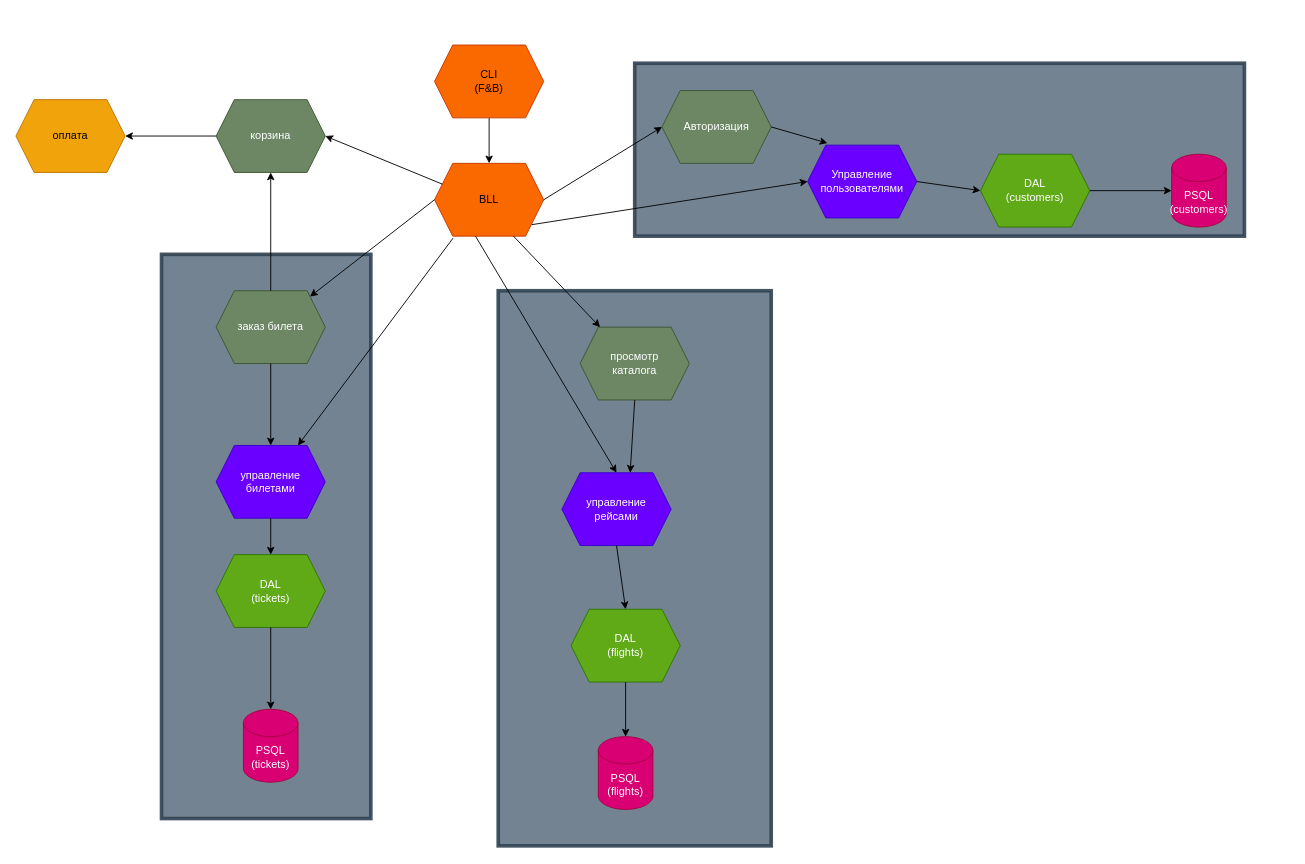
Before: Architecture.drawio in chas3air/Airplanes-Co, a draw.io diagram. Source tidied: cells renumbered, new cells numbered last; positions are measured from the earlier drawing's top-left corner, leaving out a move shared by most shapes. Both pictures are drawn from the tidied source at 91%, with x=0, y=0 at pixel (15, 45).
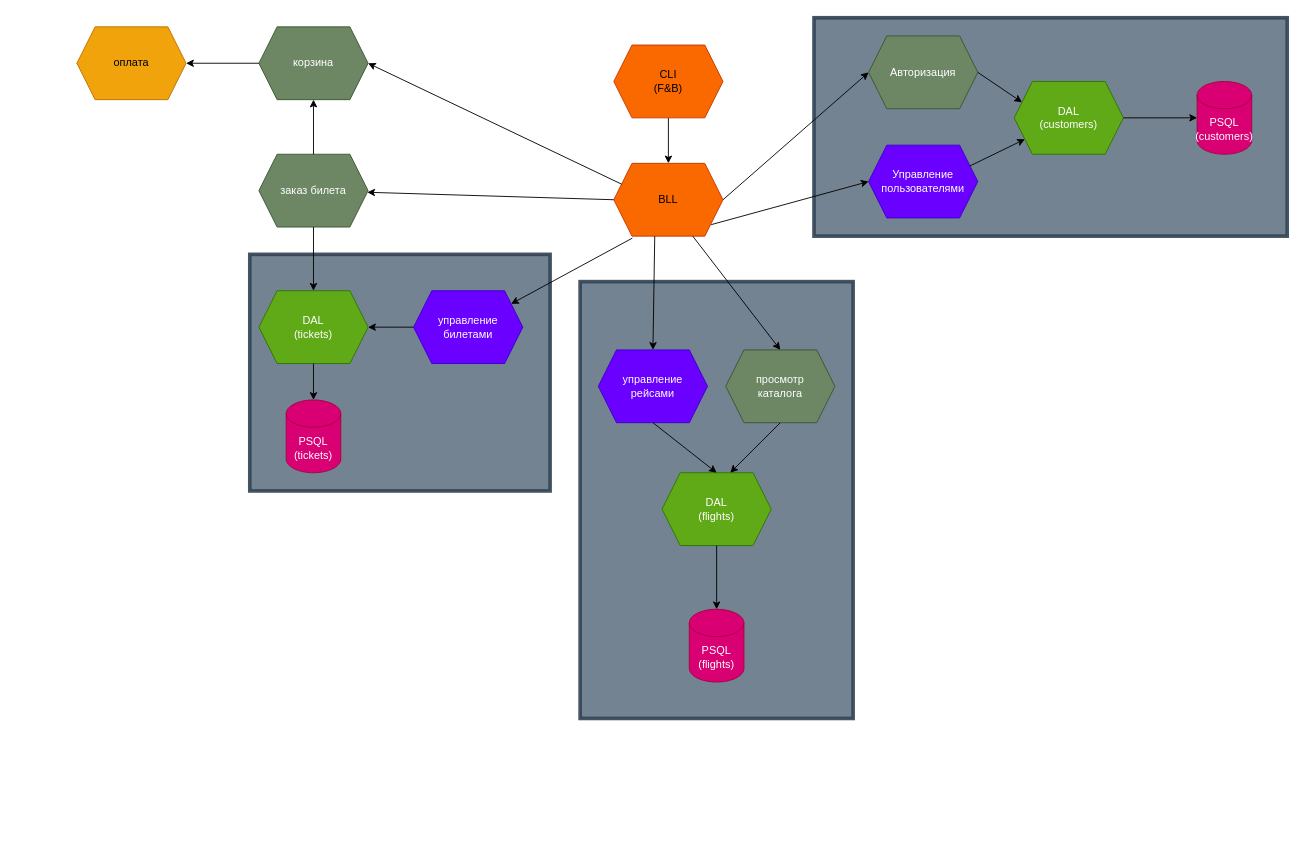
After the change.

Change to the diagram source:
```diff
@@
     <mxCell id="2" style="rounded=0;whiteSpace=wrap;html=1;strokeWidth=4;perimeterSpacing=10;strokeColor=#314354;opacity=90;fillColor=#647687;fontColor=#ffffff;" parent="1" vertex="1">
-      <mxGeometry x="160" y="230" width="230" height="620" as="geometry" />
+      <mxGeometry x="257" y="230" width="330" height="260" as="geometry" />
     </mxCell>
     <mxCell id="3" style="rounded=0;whiteSpace=wrap;html=1;strokeWidth=4;perimeterSpacing=10;strokeColor=#314354;opacity=90;fillColor=#647687;fontColor=#ffffff;" parent="1" vertex="1">
-      <mxGeometry x="530" y="270" width="300" height="610" as="geometry" />
+      <mxGeometry x="620" y="260" width="300" height="480" as="geometry" />
     </mxCell>
     <mxCell id="4" style="rounded=0;whiteSpace=wrap;html=1;strokeWidth=4;perimeterSpacing=10;strokeColor=#314354;opacity=90;fillColor=#647687;fontColor=#ffffff;" parent="1" vertex="1">
-      <mxGeometry x="680" y="20" width="670" height="190" as="geometry" />
+      <mxGeometry x="877" y="-30" width="520" height="240" as="geometry" />
     </mxCell>
@@
     <mxCell id="6" value="CLI&lt;div&gt;(F&amp;amp;B)&lt;/div&gt;" style="shape=hexagon;perimeter=hexagonPerimeter2;whiteSpace=wrap;html=1;fixedSize=1;fillColor=#fa6800;fontColor=#000000;strokeColor=#C73500;" parent="1" vertex="1">
-      <mxGeometry x="460" width="120" height="80" as="geometry" />
+      <mxGeometry x="657" width="120" height="80" as="geometry" />
     </mxCell>
     <mxCell id="7" value="BLL" style="shape=hexagon;perimeter=hexagonPerimeter2;whiteSpace=wrap;html=1;fixedSize=1;fillColor=#fa6800;fontColor=#000000;strokeColor=#C73500;" parent="1" vertex="1">
-      <mxGeometry x="460" y="130" width="120" height="80" as="geometry" />
+      <mxGeometry x="657" y="130" width="120" height="80" as="geometry" />
     </mxCell>
     <mxCell id="8" value="Авторизация" style="shape=hexagon;perimeter=hexagonPerimeter2;whiteSpace=wrap;html=1;fixedSize=1;fillColor=#6d8764;fontColor=#ffffff;strokeColor=#3A5431;" parent="1" vertex="1">
-      <mxGeometry x="710" y="50" width="120" height="80" as="geometry" />
+      <mxGeometry x="937" y="-10" width="120" height="80" as="geometry" />
     </mxCell>
     <mxCell id="9" value="DAL&lt;div&gt;(customers)&lt;/div&gt;" style="shape=hexagon;perimeter=hexagonPerimeter2;whiteSpace=wrap;html=1;fixedSize=1;fillColor=#60a917;fontColor=#ffffff;strokeColor=#2D7600;" parent="1" vertex="1">
-      <mxGeometry x="1060" y="120" width="120" height="80" as="geometry" />
+      <mxGeometry x="1097" y="40" width="120" height="80" as="geometry" />
     </mxCell>
     <mxCell id="10" value="PSQL&lt;div&gt;(customers)&lt;/div&gt;" style="shape=cylinder3;whiteSpace=wrap;html=1;boundedLbl=1;backgroundOutline=1;size=15;fillColor=#d80073;fontColor=#ffffff;strokeColor=#A50040;" parent="1" vertex="1">
-      <mxGeometry x="1270" y="120" width="60" height="80" as="geometry" />
+      <mxGeometry x="1298" y="40" width="60" height="80" as="geometry" />
     </mxCell>
@@
-    <mxCell id="12" style="endArrow=classic;html=1;rounded=0;exitX=1;exitY=0.5;exitDx=0;exitDy=0;entryX=0.181;entryY=-0.028;entryDx=0;entryDy=0;entryPerimeter=0;" parent="1" edge="1" source="8" target="18">
-      <mxGeometry relative="1" as="geometry" />
-    </mxCell>
@@
     <mxCell id="14" value="оплата" style="shape=hexagon;perimeter=hexagonPerimeter2;whiteSpace=wrap;html=1;fixedSize=1;fillColor=#f0a30a;fontColor=#000000;strokeColor=#BD7000;" parent="1" vertex="1">
-      <mxGeometry y="60" width="120" height="80" as="geometry" />
+      <mxGeometry x="67" y="-20" width="120" height="80" as="geometry" />
     </mxCell>
     <mxCell id="15" value="заказ билета" style="shape=hexagon;perimeter=hexagonPerimeter2;whiteSpace=wrap;html=1;fixedSize=1;fillColor=#6d8764;strokeColor=#3A5431;fontColor=#ffffff;" parent="1" vertex="1">
-      <mxGeometry x="220" y="270" width="120" height="80" as="geometry" />
+      <mxGeometry x="267" y="120" width="120" height="80" as="geometry" />
     </mxCell>
     <mxCell id="16" value="корзина" style="shape=hexagon;perimeter=hexagonPerimeter2;whiteSpace=wrap;html=1;fixedSize=1;fillColor=#6d8764;fontColor=#ffffff;strokeColor=#3A5431;" parent="1" vertex="1">
-      <mxGeometry x="220" y="60" width="120" height="80" as="geometry" />
+      <mxGeometry x="267" y="-20" width="120" height="80" as="geometry" />
     </mxCell>
     <mxCell id="17" value="просмотр&lt;div&gt;каталога&lt;/div&gt;" style="shape=hexagon;perimeter=hexagonPerimeter2;whiteSpace=wrap;html=1;fixedSize=1;fillColor=#6d8764;fontColor=#ffffff;strokeColor=#3A5431;" parent="1" vertex="1">
-      <mxGeometry x="620" y="310" width="120" height="80" as="geometry" />
+      <mxGeometry x="780" y="335" width="120" height="80" as="geometry" />
     </mxCell>
     <mxCell id="18" value="Управление&lt;div&gt;пользователями&lt;/div&gt;" style="shape=hexagon;perimeter=hexagonPerimeter2;whiteSpace=wrap;html=1;fixedSize=1;fillColor=#6a00ff;fontColor=#ffffff;strokeColor=#3700CC;" parent="1" vertex="1">
-      <mxGeometry x="870" y="110" width="120" height="80" as="geometry" />
+      <mxGeometry x="937" y="110" width="120" height="80" as="geometry" />
     </mxCell>
     <mxCell id="19" value="управление&lt;div&gt;рейсами&lt;/div&gt;" style="shape=hexagon;perimeter=hexagonPerimeter2;whiteSpace=wrap;html=1;fixedSize=1;fillColor=#6a00ff;fontColor=#ffffff;strokeColor=#3700CC;" parent="1" vertex="1">
-      <mxGeometry x="600" y="470" width="120" height="80" as="geometry" />
+      <mxGeometry x="640" y="335" width="120" height="80" as="geometry" />
     </mxCell>
     <mxCell id="20" value="управление&lt;div&gt;билетами&lt;/div&gt;" style="shape=hexagon;perimeter=hexagonPerimeter2;whiteSpace=wrap;html=1;fixedSize=1;fillColor=#6a00ff;fontColor=#ffffff;strokeColor=#3700CC;" parent="1" vertex="1">
-      <mxGeometry x="220" y="440" width="120" height="80" as="geometry" />
+      <mxGeometry x="437" y="270" width="120" height="80" as="geometry" />
     </mxCell>
-    <mxCell id="21" style="endArrow=classic;html=1;rounded=0;entryX=0;entryY=0.5;entryDx=0;entryDy=0;exitX=1;exitY=0.5;exitDx=0;exitDy=0;" parent="1" edge="1" source="18" target="9">
+    <mxCell id="21" style="endArrow=classic;html=1;rounded=0;exitX=1;exitY=0.25;exitDx=0;exitDy=0;" parent="1" edge="1" source="18" target="9">
       <mxGeometry relative="1" as="geometry" />
     </mxCell>
@@
-    <mxCell id="23" style="endArrow=classic;html=1;rounded=0;exitX=0.723;exitY=1;exitDx=0;exitDy=0;exitPerimeter=0;" parent="1" edge="1" source="7" target="17">
+    <mxCell id="23" style="endArrow=classic;html=1;rounded=0;exitX=0.723;exitY=1;exitDx=0;exitDy=0;exitPerimeter=0;entryX=0.5;entryY=0;entryDx=0;entryDy=0;" parent="1" edge="1" source="7" target="17">
       <mxGeometry relative="1" as="geometry" />
     </mxCell>
@@
     <mxCell id="27" value="DAL&lt;div&gt;(flights&lt;span style=&quot;background-color: initial;&quot;&gt;)&lt;/span&gt;&lt;/div&gt;" style="shape=hexagon;perimeter=hexagonPerimeter2;whiteSpace=wrap;html=1;fixedSize=1;fillColor=#60a917;fontColor=#ffffff;strokeColor=#2D7600;" parent="1" vertex="1">
-      <mxGeometry x="610" y="620" width="120" height="80" as="geometry" />
+      <mxGeometry x="710" y="470" width="120" height="80" as="geometry" />
     </mxCell>
     <mxCell id="28" value="PSQL&lt;div&gt;(flights)&lt;/div&gt;" style="shape=cylinder3;whiteSpace=wrap;html=1;boundedLbl=1;backgroundOutline=1;size=15;fillColor=#d80073;fontColor=#ffffff;strokeColor=#A50040;" parent="1" vertex="1">
-      <mxGeometry x="640" y="760" width="60" height="80" as="geometry" />
+      <mxGeometry x="740" y="620" width="60" height="80" as="geometry" />
     </mxCell>
@@
     <mxCell id="30" value="DAL&lt;div&gt;(tickets&lt;span style=&quot;background-color: initial;&quot;&gt;)&lt;/span&gt;&lt;/div&gt;" style="shape=hexagon;perimeter=hexagonPerimeter2;whiteSpace=wrap;html=1;fixedSize=1;fillColor=#60a917;fontColor=#ffffff;strokeColor=#2D7600;" parent="1" vertex="1">
-      <mxGeometry x="220" y="560" width="120" height="80" as="geometry" />
+      <mxGeometry x="267" y="270" width="120" height="80" as="geometry" />
     </mxCell>
     <mxCell id="31" value="PSQL&lt;div&gt;(tickets)&lt;/div&gt;" style="shape=cylinder3;whiteSpace=wrap;html=1;boundedLbl=1;backgroundOutline=1;size=15;fillColor=#d80073;fontColor=#ffffff;strokeColor=#A50040;" parent="1" vertex="1">
-      <mxGeometry x="250" y="730" width="60" height="80" as="geometry" />
+      <mxGeometry x="297" y="390" width="60" height="80" as="geometry" />
     </mxCell>
@@
-    <mxCell id="34" style="endArrow=classic;html=1;rounded=0;exitX=0.5;exitY=1;exitDx=0;exitDy=0;entryX=0.625;entryY=0;entryDx=0;entryDy=0;" parent="1" edge="1" source="17" target="19">
+    <mxCell id="34" style="endArrow=classic;html=1;rounded=0;exitX=0.5;exitY=1;exitDx=0;exitDy=0;entryX=0.625;entryY=0;entryDx=0;entryDy=0;" parent="1" edge="1" source="17" target="27">
       <mxGeometry relative="1" as="geometry" />
     </mxCell>
-    <mxCell id="35" style="endArrow=classic;html=1;rounded=0;entryX=0.5;entryY=0;entryDx=0;entryDy=0;exitX=0.5;exitY=1;exitDx=0;exitDy=0;" parent="1" edge="1" source="20" target="30">
+    <mxCell id="35" style="endArrow=classic;html=1;rounded=0;entryX=1;entryY=0.5;entryDx=0;entryDy=0;exitX=0;exitY=0.5;exitDx=0;exitDy=0;" parent="1" edge="1" source="20" target="30">
       <mxGeometry relative="1" as="geometry" />
     </mxCell>
@@
-    <mxCell id="39" style="endArrow=classic;html=1;exitX=0.5;exitY=1;exitDx=0;exitDy=0;entryX=0.5;entryY=0;entryDx=0;entryDy=0;" parent="1" edge="1" source="15" target="20">
+    <mxCell id="39" style="endArrow=classic;html=1;exitX=0.5;exitY=1;exitDx=0;exitDy=0;entryX=0.5;entryY=0;entryDx=0;entryDy=0;" parent="1" edge="1" source="15" target="30">
       <mxGeometry relative="1" as="geometry" />
     </mxCell>
+    <mxCell id="40" style="endArrow=classic;html=1;exitX=1;exitY=0.5;exitDx=0;exitDy=0;entryX=0;entryY=0.25;entryDx=0;entryDy=0;" parent="1" edge="1" source="8" target="9">
+      <mxGeometry relative="1" as="geometry" />
+    </mxCell>
```
